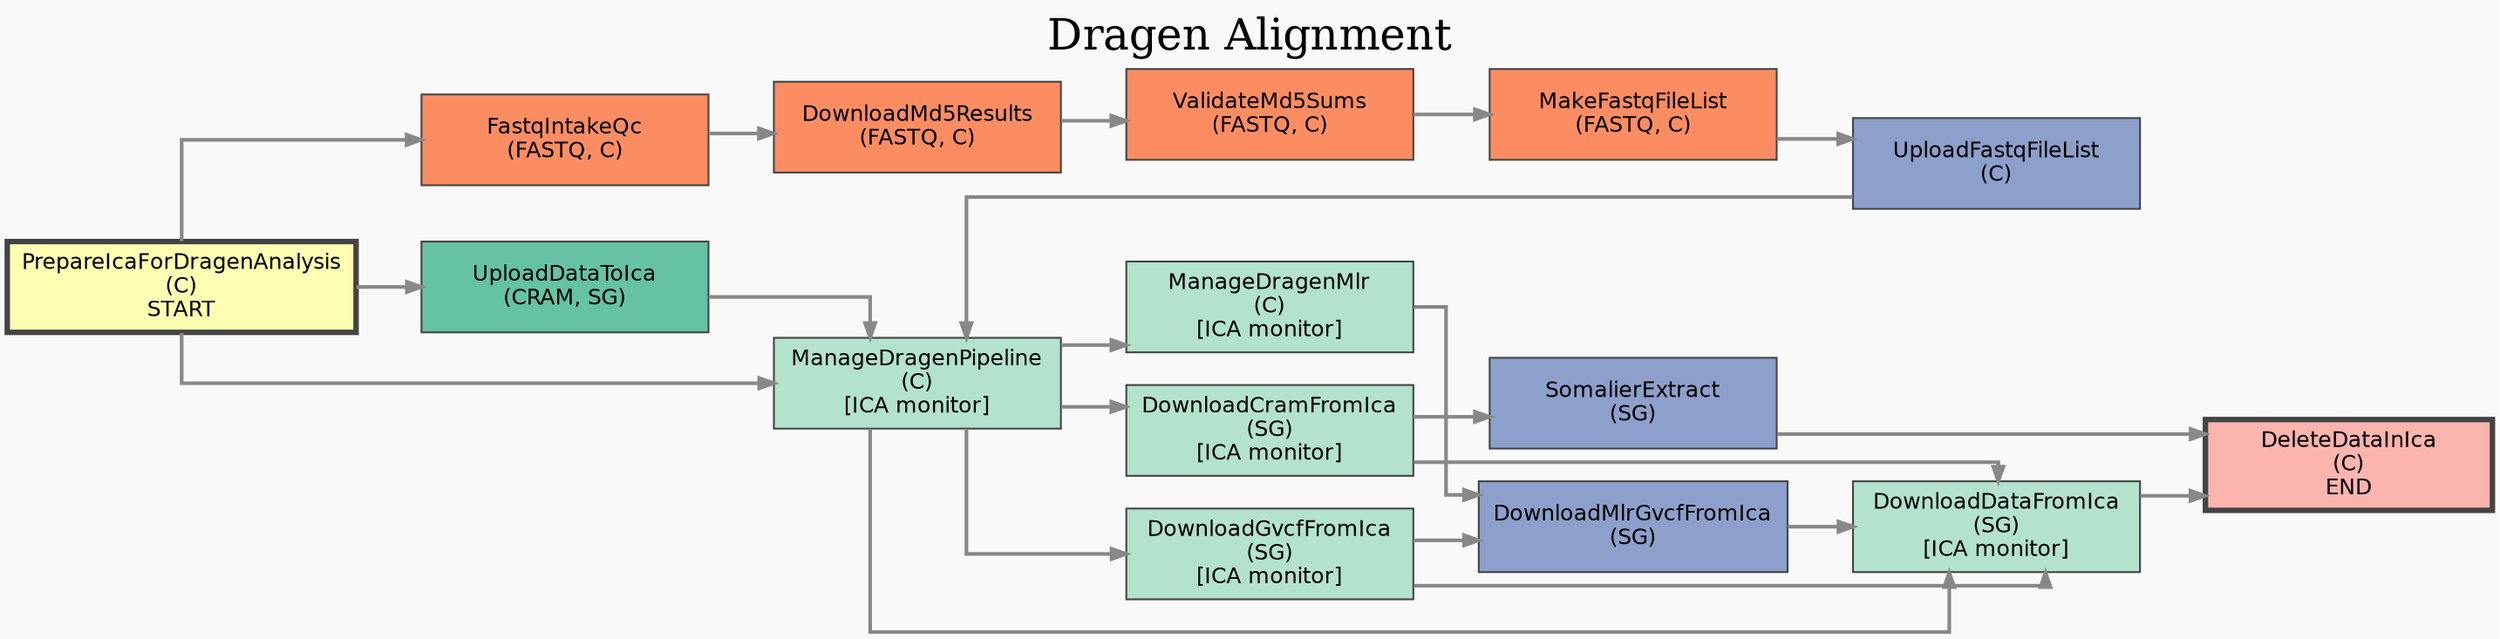
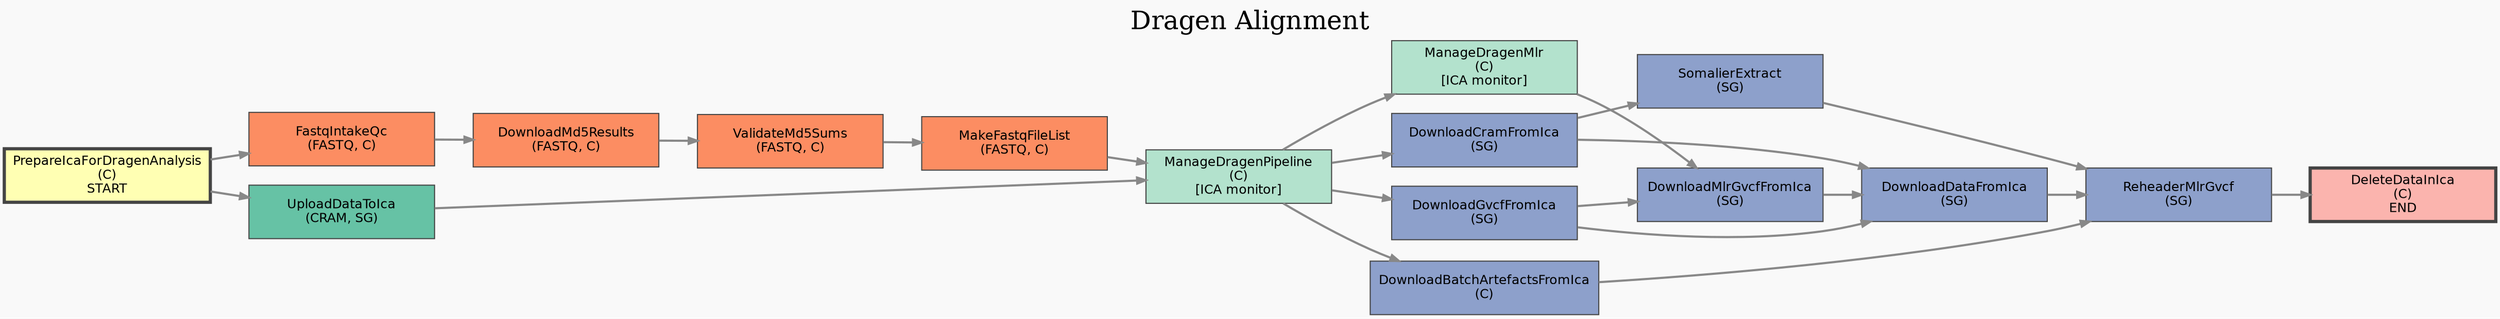
digraph DragenAlignPAWorkflow {
    label="Dragen Alignment";
    labelloc=top;
    fontsize=24;
    rankdir=LR;
-     splines=ortho;
    ordering=out;
    bgcolor="#f9f9f9";
-     node [shape=box, style=filled, fontname="Helvetica", fontsize=12, color="#444444", width=2.2, height=0.7];
+     node [shape=box, style=filled, fontname="Helvetica", fontsize=12, color="#444444", width=2.4, height=0.7];
    edge [color="#888888", penwidth=2, arrowsize=0.8];

-     // ColorBrewer Set2 palette (colorblind friendly)
-     // CRAM: #66c2a5 (green)
-     // FASTQ: #fc8d62 (orange)
-     // Other: #8da0cb (blue)
+     // ColorBrewer palette (colorblind friendly)
+     // CRAM input:   #66c2a5 (green)
+     // FASTQ input:  #fc8d62 (orange)
+     // ICA monitor:  #b3e2cd (light green)
+     // Other (SG/C): #8da0cb (blue)
+     // START:        #ffffb3 (yellow)
+     // END:          #fbb4ae (red)

-     // CRAM-related stages (SG, pre-pipeline)
-     UploadDataToIca        [fillcolor="#66c2a5", label="UploadDataToIca\n(CRAM, SG)"];
+     PrepareIcaForDragenAnalysis [fillcolor="#ffffb3", style="filled,bold", penwidth=3, label="PrepareIcaForDragenAnalysis\n(C)\nSTART"];

-     // FASTQ-related stages (C, pre-pipeline)
+     // FASTQ input branch (cohort-level)
    FastqIntakeQc          [fillcolor="#fc8d62", label="FastqIntakeQc\n(FASTQ, C)"];
    DownloadMd5Results     [fillcolor="#fc8d62", label="DownloadMd5Results\n(FASTQ, C)"];
    ValidateMd5Sums        [fillcolor="#fc8d62", label="ValidateMd5Sums\n(FASTQ, C)"];
    MakeFastqFileList      [fillcolor="#fc8d62", label="MakeFastqFileList\n(FASTQ, C)"];
-     UploadFastqFileList    [fillcolor="#8da0cb", label="UploadFastqFileList\n(C)"];

-     // Other stages (post-pipeline, no CRAM/FASTQ label)
-     DownloadMlrGvcfFromIca [fillcolor="#8da0cb", label="DownloadMlrGvcfFromIca\n(SG)"];
-     PrepareIcaForDragenAnalysis [fillcolor="#ffffb3", style="filled,bold", penwidth=3, label="PrepareIcaForDragenAnalysis\n(C)\nSTART"];
-     ManageDragenPipeline        [fillcolor="#b3e2cd", label="ManageDragenPipeline\n(C)\n[ICA monitor]"];
-     ManageDragenMlr             [fillcolor="#b3e2cd", label="ManageDragenMlr\n(C)\n[ICA monitor]"];
-     DownloadCramFromIca         [fillcolor="#b3e2cd", label="DownloadCramFromIca\n(SG)\n[ICA monitor]"];
-     DownloadGvcfFromIca         [fillcolor="#b3e2cd", label="DownloadGvcfFromIca\n(SG)\n[ICA monitor]"];
-     DownloadDataFromIca         [fillcolor="#b3e2cd", label="DownloadDataFromIca\n(SG)\n[ICA monitor]"];
-     SomalierExtract             [fillcolor="#8da0cb", label="SomalierExtract\n(SG)"];
-     DeleteDataInIca             [fillcolor="#fbb4ae", style="filled,bold", penwidth=3, label="DeleteDataInIca\n(C)\nEND"];
+     // CRAM input branch (per sequencing group)
+     UploadDataToIca        [fillcolor="#66c2a5", label="UploadDataToIca\n(CRAM, SG)"];

-     // Strict left-to-right ordering for minimal edge crossing
-     {rank=same; PrepareIcaForDragenAnalysis;}
+     // DRAGEN pipeline + monitoring
+     ManageDragenPipeline   [fillcolor="#b3e2cd", label="ManageDragenPipeline\n(C)\n[ICA monitor]"];
+     ManageDragenMlr        [fillcolor="#b3e2cd", label="ManageDragenMlr\n(C)\n[ICA monitor]"];
+ 
+     // Output download stages
+     DownloadCramFromIca          [fillcolor="#8da0cb", label="DownloadCramFromIca\n(SG)"];
+     DownloadGvcfFromIca          [fillcolor="#8da0cb", label="DownloadGvcfFromIca\n(SG)"];
+     DownloadMlrGvcfFromIca       [fillcolor="#8da0cb", label="DownloadMlrGvcfFromIca\n(SG)"];
+     DownloadDataFromIca          [fillcolor="#8da0cb", label="DownloadDataFromIca\n(SG)"];
+     DownloadBatchArtefactsFromIca [fillcolor="#8da0cb", label="DownloadBatchArtefactsFromIca\n(C)"];
+ 
+     // Post-processing
+     SomalierExtract        [fillcolor="#8da0cb", label="SomalierExtract\n(SG)"];
+     ReheaderMlrGvcf        [fillcolor="#8da0cb", label="ReheaderMlrGvcf\n(SG)"];
+ 
+     DeleteDataInIca        [fillcolor="#fbb4ae", style="filled,bold", penwidth=3, label="DeleteDataInIca\n(C)\nEND"];
+ 
+     // Layered left-to-right ordering
    {rank=same; FastqIntakeQc; UploadDataToIca;}
-     {rank=same; DownloadMd5Results;}
-     {rank=same; ValidateMd5Sums;}
-     {rank=same; DownloadCramFromIca; DownloadGvcfFromIca; ManageDragenMlr}
-     {rank=same; MakeFastqFileList; DownloadMlrGvcfFromIca;}
-     {rank=same; UploadFastqFileList;}
-     {rank=same; ManageDragenPipeline;}
-     {rank=same; DownloadDataFromIca;}
-     {rank=same; SomalierExtract;}
-     {rank=same; DeleteDataInIca;}
+     {rank=same; DownloadCramFromIca; DownloadGvcfFromIca; ManageDragenMlr; DownloadBatchArtefactsFromIca;}
+     {rank=same; SomalierExtract; DownloadMlrGvcfFromIca;}

-     // Edges (dependencies)
+     // General flow (data dependencies; ordering-only edges omitted for clarity)
    PrepareIcaForDragenAnalysis -> FastqIntakeQc;
    PrepareIcaForDragenAnalysis -> UploadDataToIca;
-     FastqIntakeQc -> DownloadMd5Results;
-     DownloadMd5Results -> ValidateMd5Sums;
-     ValidateMd5Sums -> MakeFastqFileList;
-     MakeFastqFileList -> UploadFastqFileList;
-     PrepareIcaForDragenAnalysis -> ManageDragenPipeline;
-     UploadDataToIca -> ManageDragenPipeline;
-     UploadFastqFileList -> ManageDragenPipeline;
+ 
+     FastqIntakeQc -> DownloadMd5Results -> ValidateMd5Sums -> MakeFastqFileList;
+ 
+     MakeFastqFileList -> ManageDragenPipeline;
+     UploadDataToIca  -> ManageDragenPipeline;
+ 
    ManageDragenPipeline -> ManageDragenMlr;
    ManageDragenPipeline -> DownloadCramFromIca;
    ManageDragenPipeline -> DownloadGvcfFromIca;
+     ManageDragenPipeline -> DownloadBatchArtefactsFromIca;
+ 
    DownloadGvcfFromIca -> DownloadMlrGvcfFromIca;
-     ManageDragenMlr -> DownloadMlrGvcfFromIca;
-     ManageDragenPipeline -> DownloadDataFromIca;
-     DownloadCramFromIca -> DownloadDataFromIca;
-     DownloadGvcfFromIca -> DownloadDataFromIca;
+     ManageDragenMlr     -> DownloadMlrGvcfFromIca;
+ 
+     DownloadCramFromIca    -> SomalierExtract;
+     DownloadCramFromIca    -> DownloadDataFromIca;
+     DownloadGvcfFromIca    -> DownloadDataFromIca;
    DownloadMlrGvcfFromIca -> DownloadDataFromIca;
-     DownloadCramFromIca -> SomalierExtract;
-     DownloadDataFromIca -> DeleteDataInIca;
-     SomalierExtract -> DeleteDataInIca;
+ 
+     DownloadDataFromIca           -> ReheaderMlrGvcf;
+     SomalierExtract               -> ReheaderMlrGvcf;
+     DownloadBatchArtefactsFromIca -> ReheaderMlrGvcf;
+ 
+     ReheaderMlrGvcf -> DeleteDataInIca;
}
